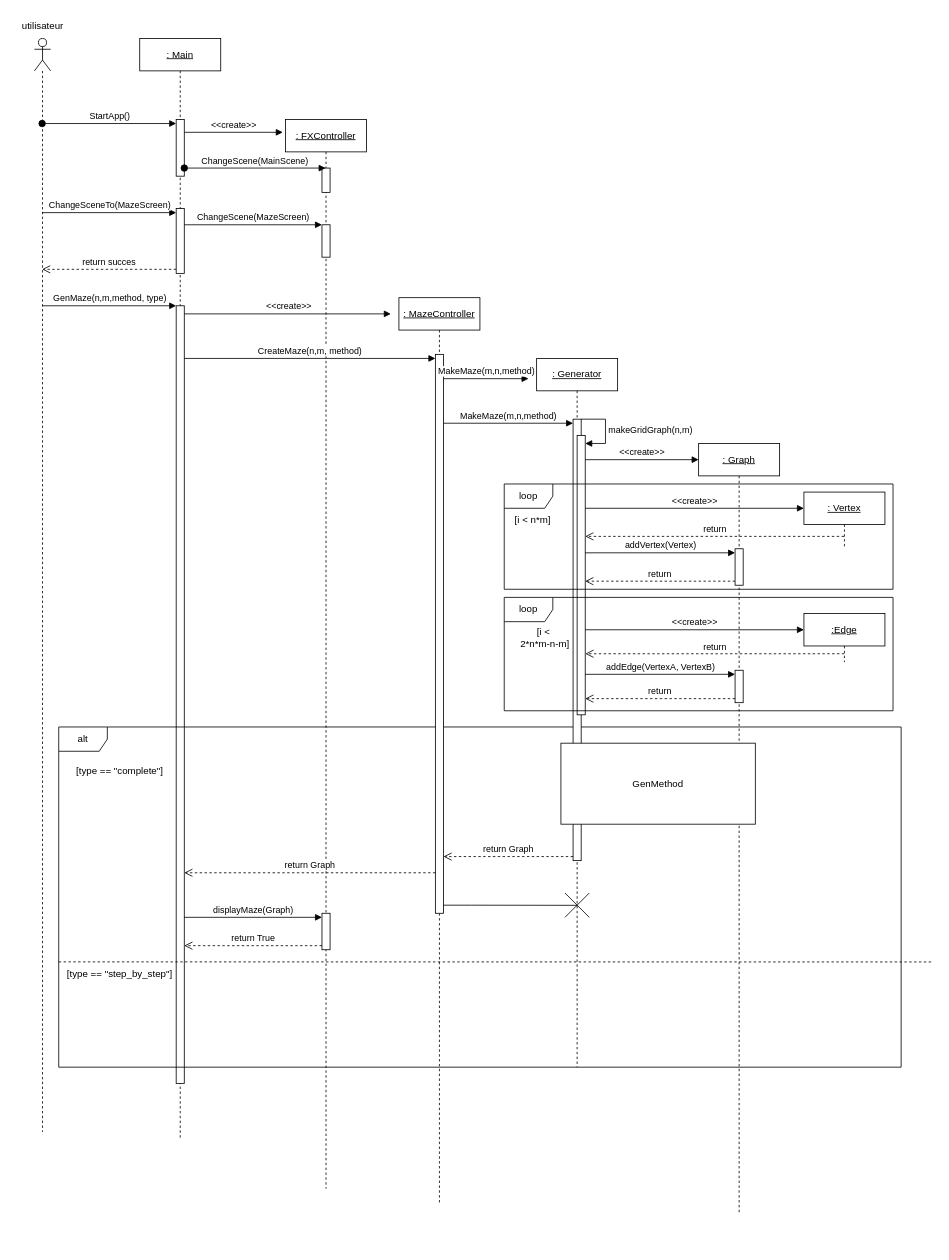
This is drawIoDiagram/ProjetCynapseSequenceDiagram.drawio from Minetriforce/ProjetCynapse-ING1, a draw.io file, before an edit. Source tidied: cells renumbered, new cells numbered last; positions are measured from the earlier drawing's top-left corner, leaving out a move shared by most shapes. Both pictures are drawn from the tidied source at 81%, with x=0, y=0 at pixel (14, 14).
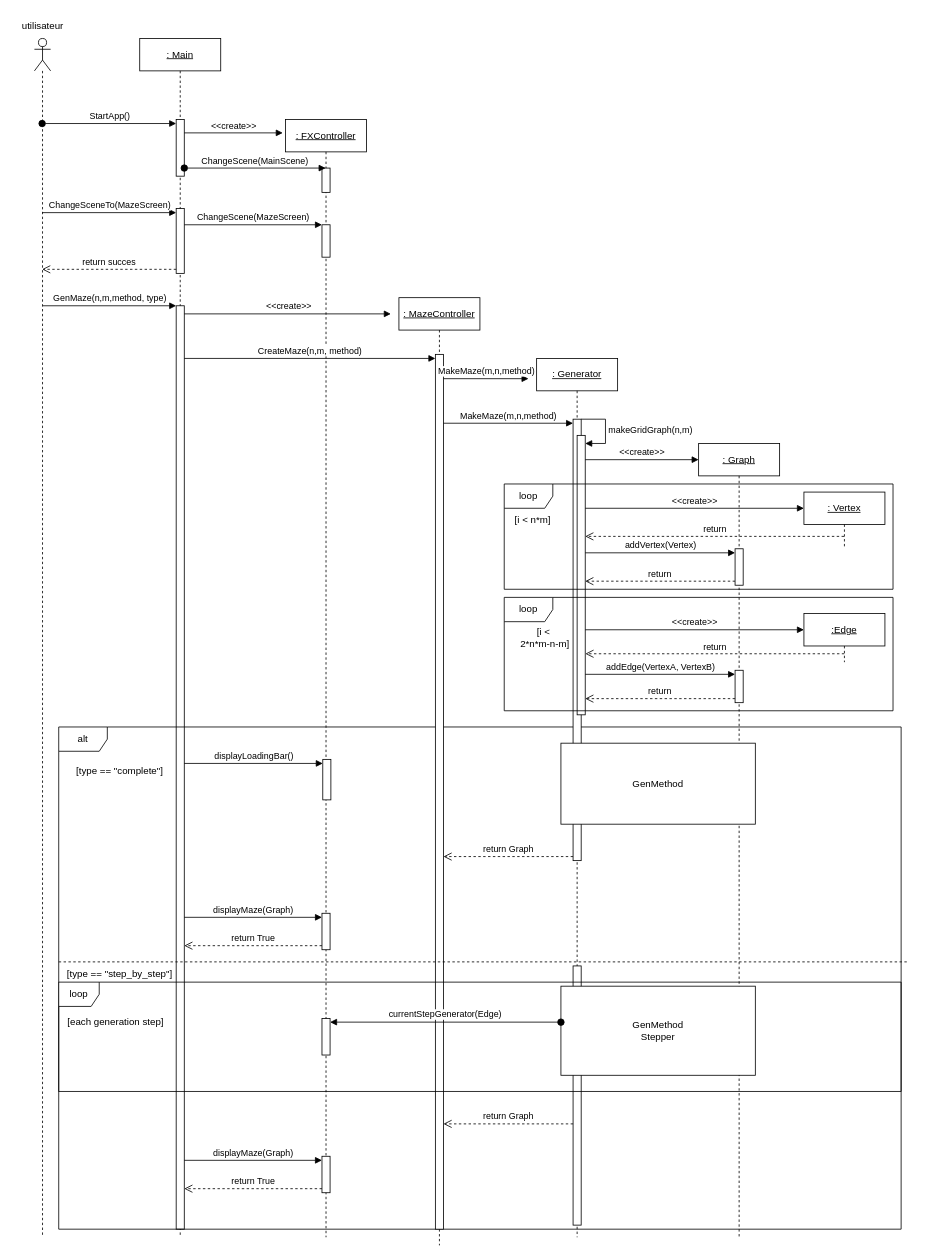
After the change.

Commit message (it also covers changes not shown here):
update: UML, commentaires, changements des Graph -> Maze

Diff of the diagram source:
```diff
@@
     <mxCell id="2" style="shape=umlLifeline;perimeter=lifelinePerimeter;whiteSpace=wrap;html=1;outlineConnect=0;portConstraint=eastwest;newEdgeStyle={&quot;curved&quot;:0,&quot;rounded&quot;:0};participant=umlActor;" parent="1" vertex="1">
-      <mxGeometry x="25" y="30" width="20" height="1350" as="geometry" />
+      <mxGeometry x="25" y="30" width="20" height="1480" as="geometry" />
     </mxCell>
     <mxCell id="3" value="&lt;u&gt;: Main&lt;/u&gt;" style="shape=umlLifeline;perimeter=lifelinePerimeter;whiteSpace=wrap;html=1;newEdgeStyle={&quot;curved&quot;:0,&quot;rounded&quot;:0};" parent="1" vertex="1">
-      <mxGeometry x="155" y="30" width="100" height="1360" as="geometry" />
+      <mxGeometry x="155" y="30" width="100" height="1480" as="geometry" />
     </mxCell>
@@
     <mxCell id="6" style="html=1;points=[[0,0,0,0,5],[0,1,0,0,-5],[1,0,0,0,5],[1,1,0,0,-5]];perimeter=orthogonalPerimeter;outlineConnect=0;targetShapes=umlLifeline;portConstraint=eastwest;newEdgeStyle={&quot;curved&quot;:0,&quot;rounded&quot;:0};" parent="3" vertex="1">
-      <mxGeometry x="45" y="330" width="10" height="960" as="geometry" />
+      <mxGeometry x="45" y="330" width="10" height="1140" as="geometry" />
     </mxCell>
@@
     <mxCell id="10" value="&lt;u&gt;: FXController&lt;/u&gt;" style="shape=umlLifeline;perimeter=lifelinePerimeter;whiteSpace=wrap;html=1;outlineConnect=0;portConstraint=eastwest;newEdgeStyle={&quot;curved&quot;:0,&quot;rounded&quot;:0};" parent="1" vertex="1">
-      <mxGeometry x="335" y="130" width="100" height="1320" as="geometry" />
+      <mxGeometry x="335" y="130" width="100" height="1380" as="geometry" />
     </mxCell>
@@
+    <mxCell id="58" style="html=1;points=[[0,0,0,0,5],[0,1,0,0,-5],[1,0,0,0,5],[1,1,0,0,-5]];perimeter=orthogonalPerimeter;outlineConnect=0;targetShapes=umlLifeline;portConstraint=eastwest;newEdgeStyle={&quot;curved&quot;:0,&quot;rounded&quot;:0};" parent="10" vertex="1">
+      <mxGeometry x="45" y="1110" width="10" height="45" as="geometry" />
+    </mxCell>
+    <mxCell id="59" style="html=1;points=[[0,0,0,0,5],[0,1,0,0,-5],[1,0,0,0,5],[1,1,0,0,-5]];perimeter=orthogonalPerimeter;outlineConnect=0;targetShapes=umlLifeline;portConstraint=eastwest;newEdgeStyle={&quot;curved&quot;:0,&quot;rounded&quot;:0};" parent="10" vertex="1">
+      <mxGeometry x="45" y="1280" width="10" height="45" as="geometry" />
+    </mxCell>
+    <mxCell id="60" value="displayMaze(Graph)" style="html=1;verticalAlign=bottom;endArrow=block;curved=0;rounded=0;entryX=0;entryY=0;entryDx=0;entryDy=5;" parent="10" edge="1" target="59">
+      <mxGeometry relative="1" as="geometry">
+        <mxPoint x="-125" y="1285" as="sourcePoint" />
+      </mxGeometry>
+    </mxCell>
+    <mxCell id="61" value="return True" style="html=1;verticalAlign=bottom;endArrow=open;dashed=1;endSize=8;curved=0;rounded=0;exitX=0;exitY=1;exitDx=0;exitDy=-5;" parent="10" edge="1" source="59">
+      <mxGeometry relative="1" as="geometry">
+        <mxPoint x="-125" y="1320" as="targetPoint" />
+      </mxGeometry>
+    </mxCell>
@@
     <mxCell id="18" value="&lt;u&gt;: MazeController&lt;/u&gt;" style="shape=umlLifeline;perimeter=lifelinePerimeter;whiteSpace=wrap;html=1;newEdgeStyle={&quot;curved&quot;:0,&quot;rounded&quot;:0};" parent="1" vertex="1">
-      <mxGeometry x="475" y="350" width="100" height="1120" as="geometry" />
+      <mxGeometry x="475" y="350" width="100" height="1170" as="geometry" />
     </mxCell>
@@
     <mxCell id="20" value="alt" style="shape=umlFrame;whiteSpace=wrap;html=1;" parent="1" vertex="1">
-      <mxGeometry x="55" y="880" width="1040" height="420" as="geometry" />
+      <mxGeometry x="55" y="880" width="1040" height="620" as="geometry" />
     </mxCell>
@@
     <mxCell id="22" value="&lt;u&gt;: Generator&lt;/u&gt;" style="shape=umlLifeline;perimeter=lifelinePerimeter;whiteSpace=wrap;html=1;newEdgeStyle={&quot;curved&quot;:0,&quot;rounded&quot;:0};" parent="1" vertex="1">
-      <mxGeometry x="645" y="425" width="100" height="875" as="geometry" />
+      <mxGeometry x="645" y="425" width="100" height="1085" as="geometry" />
     </mxCell>
@@
+    <mxCell id="62" style="html=1;perimeter=orthogonalPerimeter;targetShapes=umlLifeline;newEdgeStyle={&quot;curved&quot;:0,&quot;rounded&quot;:0};" parent="22" vertex="1">
+      <mxGeometry x="45" y="750" width="10" height="320" as="geometry" />
+    </mxCell>
     <mxCell id="26" value="&lt;u&gt;: Graph&lt;/u&gt;" style="shape=umlLifeline;perimeter=lifelinePerimeter;whiteSpace=wrap;html=1;newEdgeStyle={&quot;curved&quot;:0,&quot;rounded&quot;:0};" parent="1" vertex="1">
-      <mxGeometry x="845" y="530" width="100" height="950" as="geometry" />
+      <mxGeometry x="845" y="530" width="100" height="980" as="geometry" />
     </mxCell>
@@
     <mxCell id="31" style="html=1;points=[[0,0,0,0,5],[0,1,0,0,-5],[1,0,0,0,5],[1,1,0,0,-5]];perimeter=orthogonalPerimeter;outlineConnect=0;targetShapes=umlLifeline;portConstraint=eastwest;newEdgeStyle={&quot;curved&quot;:0,&quot;rounded&quot;:0};" parent="1" vertex="1">
-      <mxGeometry x="520" y="420" width="10" height="690" as="geometry" />
+      <mxGeometry x="520" y="420" width="10" height="1080" as="geometry" />
     </mxCell>
@@
-    <mxCell id="50" value="return Graph" style="html=1;verticalAlign=bottom;endArrow=open;dashed=1;endSize=8;curved=0;rounded=0;" parent="1" edge="1" target="6">
-      <mxGeometry relative="1" as="geometry">
-        <mxPoint x="520" y="1060" as="sourcePoint" />
-      </mxGeometry>
-    </mxCell>
-    <mxCell id="51" style="shape=umlDestroy;html=1;" parent="1" vertex="1">
-      <mxGeometry x="680" y="1085" width="30" height="30" as="geometry" />
-    </mxCell>
-    <mxCell id="52" style="endArrow=none;html=1;edgeStyle=orthogonalEdgeStyle;rounded=0;entryX=0.514;entryY=0.507;entryDx=0;entryDy=0;entryPerimeter=0;" parent="1" edge="1" source="31">
-      <mxGeometry relative="1" as="geometry">
-        <mxPoint x="695" y="1100.2" as="targetPoint" />
-        <Array as="points">
-          <mxPoint x="565" y="1100" />
-          <mxPoint x="565" y="1100" />
-        </Array>
-      </mxGeometry>
-    </mxCell>
     <mxCell id="53" style="endArrow=none;dashed=1;html=1;rounded=0;exitX=0;exitY=0.545;exitDx=0;exitDy=0;exitPerimeter=0;" parent="1" edge="1">
       <mxGeometry relative="1" as="geometry">
         <mxPoint x="55" y="1170" as="sourcePoint" />
-        <mxPoint x="1135" y="1170.1" as="targetPoint" />
+        <mxPoint x="1105" y="1170" as="targetPoint" />
       </mxGeometry>
     </mxCell>
@@
+    <mxCell id="63" value="GenMethod&lt;div&gt;Stepper&lt;/div&gt;" style="html=1;whiteSpace=wrap;" parent="1" vertex="1">
+      <mxGeometry x="675" y="1200" width="240" height="110" as="geometry" />
+    </mxCell>
+    <mxCell id="64" value="loop" style="shape=umlFrame;whiteSpace=wrap;html=1;width=50;" parent="1" vertex="1">
+      <mxGeometry x="55" y="1195" width="1040" height="135" as="geometry" />
+    </mxCell>
+    <mxCell id="65" value="[each generation step]" style="text;html=1;align=center;verticalAlign=middle;strokeColor=none;fillColor=none;" parent="64" vertex="1">
+      <mxGeometry y="35" width="140" height="30" as="geometry" />
+    </mxCell>
+    <mxCell id="66" value="currentStepGenerator(Edge)" style="html=1;verticalAlign=bottom;startArrow=oval;startFill=1;endArrow=block;startSize=8;curved=0;rounded=0;" parent="64" edge="1" target="58">
+      <mxGeometry relative="1" as="geometry">
+        <mxPoint x="620" y="49.4" as="sourcePoint" />
+      </mxGeometry>
+    </mxCell>
+    <mxCell id="50" value="return Graph" style="html=1;verticalAlign=bottom;endArrow=open;dashed=1;endSize=8;curved=0;rounded=0;" parent="64" edge="1">
+      <mxGeometry relative="1" as="geometry">
+        <mxPoint x="635" y="175" as="sourcePoint" />
+        <mxPoint x="475" y="175" as="targetPoint" />
+      </mxGeometry>
+    </mxCell>
+    <mxCell id="67" style="html=1;points=[[0,0,0,0,5],[0,1,0,0,-5],[1,0,0,0,5],[1,1,0,0,-5]];perimeter=orthogonalPerimeter;outlineConnect=0;targetShapes=umlLifeline;portConstraint=eastwest;newEdgeStyle={&quot;curved&quot;:0,&quot;rounded&quot;:0};" parent="1" vertex="1">
+      <mxGeometry x="381" y="920" width="10" height="50" as="geometry" />
+    </mxCell>
+    <mxCell id="68" value="displayLoadingBar()" style="html=1;verticalAlign=bottom;endArrow=block;curved=0;rounded=0;entryX=0;entryY=0;entryDx=0;entryDy=5;" parent="1" edge="1" source="6" target="67">
+      <mxGeometry relative="1" as="geometry" />
+    </mxCell>
```
